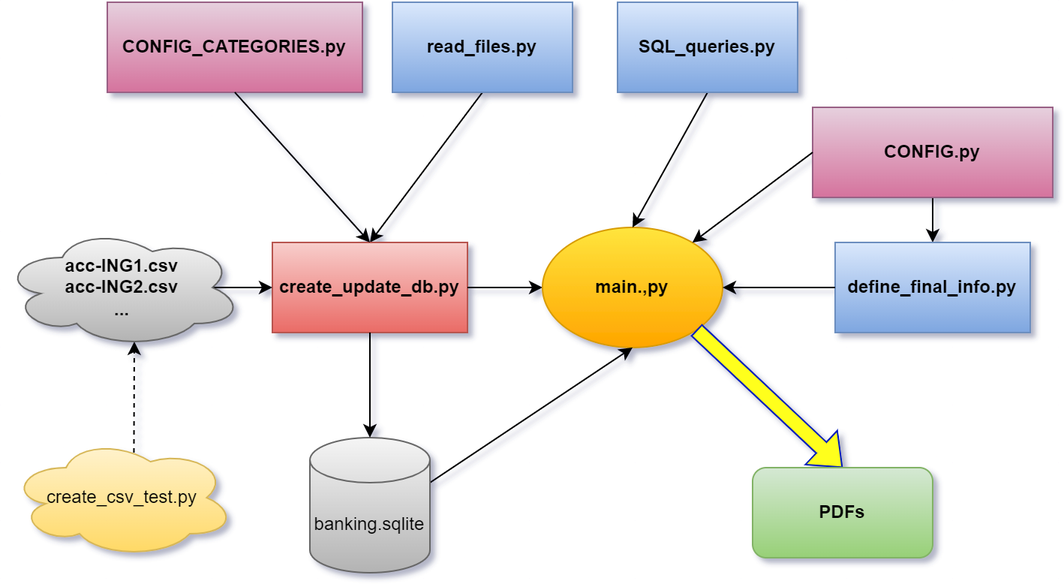
Before: imgs/flow_chart.png, a diagram exported from draw.io (Victorhpinheiro/Python-ING-bank-reports). Source tidied: cells renumbered, new cells last; positions are measured from the earlier drawing's top-left corner, leaving out a move shared by most shapes. Its diagram source:
```xml
<mxGraphModel>
  <root>
    <mxCell id="0" />
    <mxCell id="1" parent="0" />
    <mxCell id="2" style="rounded=0;jettySize=auto;html=1;entryX=0.5;entryY=0;entryDx=0;entryDy=0;exitX=0.5;exitY=1;exitDx=0;exitDy=0;" parent="1" edge="1" source="7" target="15">
      <mxGeometry relative="1" as="geometry" />
    </mxCell>
    <mxCell id="3" style="rounded=0;jettySize=auto;html=1;entryX=0.5;entryY=0;entryDx=0;entryDy=0;exitX=0.5;exitY=1;exitDx=0;exitDy=0;" parent="1" edge="1" source="6" target="4">
      <mxGeometry relative="1" as="geometry" />
    </mxCell>
    <mxCell id="4" value="&lt;b&gt;create_update_db.py&lt;/b&gt;" style="rounded=0;whiteSpace=wrap;html=1;fillColor=#f8cecc;strokeColor=#b85450;gradientColor=#ea6b66;" parent="1" vertex="1">
      <mxGeometry x="180" y="160" width="130" height="60" as="geometry" />
    </mxCell>
    <mxCell id="5" style="edgeStyle=none;rounded=0;jettySize=auto;html=1;exitX=0.875;exitY=0.5;exitDx=0;exitDy=0;exitPerimeter=0;entryX=0;entryY=0.5;entryDx=0;entryDy=0;startArrow=none;" parent="1" edge="1" source="21" target="4">
      <mxGeometry relative="1" as="geometry" />
    </mxCell>
    <mxCell id="6" value="&lt;b&gt;read_files.py&lt;/b&gt;" style="rounded=0;whiteSpace=wrap;html=1;fillColor=#dae8fc;strokeColor=#6c8ebf;gradientColor=#7ea6e0;" parent="1" vertex="1">
      <mxGeometry x="260" width="120" height="60" as="geometry" />
    </mxCell>
    <mxCell id="7" value="&lt;b&gt;CONFIG.py&lt;/b&gt;" style="rounded=0;whiteSpace=wrap;html=1;fillColor=#e6d0de;strokeColor=#996185;gradientColor=#d5739d;" parent="1" vertex="1">
      <mxGeometry x="540" y="70" width="160" height="60" as="geometry" />
    </mxCell>
    <mxCell id="8" style="edgeStyle=none;rounded=0;jettySize=auto;html=1;entryX=0;entryY=0.5;entryDx=0;entryDy=0;exitX=1;exitY=0.5;exitDx=0;exitDy=0;" parent="1" edge="1" source="4" target="11">
      <mxGeometry relative="1" as="geometry" />
    </mxCell>
    <mxCell id="9" value="&lt;b&gt;CONFIG_CATEGORIES.py&lt;/b&gt;" style="rounded=0;whiteSpace=wrap;html=1;fillColor=#e6d0de;strokeColor=#996185;gradientColor=#d5739d;" parent="1" vertex="1">
      <mxGeometry x="70" width="170" height="60" as="geometry" />
    </mxCell>
    <mxCell id="10" style="rounded=0;jettySize=auto;html=1;entryX=0.5;entryY=0;entryDx=0;entryDy=0;exitX=0.5;exitY=1;exitDx=0;exitDy=0;" parent="1" edge="1" source="9" target="4">
      <mxGeometry relative="1" as="geometry" />
    </mxCell>
    <mxCell id="11" value="&lt;b&gt;main.,py&lt;/b&gt;" style="ellipse;whiteSpace=wrap;html=1;fillColor=#FFE53D;strokeColor=#d79b00;gradientColor=#ffa500;" parent="1" vertex="1">
      <mxGeometry x="360" y="150" width="120" height="80" as="geometry" />
    </mxCell>
    <mxCell id="12" style="rounded=0;jettySize=auto;html=1;entryX=0.5;entryY=1;entryDx=0;entryDy=0;exitX=1;exitY=0;exitDx=0;exitDy=30;exitPerimeter=0;" parent="1" edge="1" source="23" target="11">
      <mxGeometry relative="1" as="geometry" />
    </mxCell>
    <mxCell id="13" style="rounded=0;jettySize=auto;html=1;entryX=0.5;entryY=0;entryDx=0;entryDy=0;exitX=0.5;exitY=1;exitDx=0;exitDy=0;" parent="1" edge="1" source="14" target="11">
      <mxGeometry relative="1" as="geometry" />
    </mxCell>
    <mxCell id="14" value="&lt;b&gt;SQL_queries.py&lt;/b&gt;" style="rounded=0;whiteSpace=wrap;html=1;fillColor=#dae8fc;strokeColor=#6c8ebf;gradientColor=#7ea6e0;" parent="1" vertex="1">
      <mxGeometry x="410" width="120" height="60" as="geometry" />
    </mxCell>
    <mxCell id="15" value="&lt;b&gt;define_final_info.py&lt;/b&gt;" style="rounded=0;whiteSpace=wrap;html=1;fillColor=#dae8fc;strokeColor=#6c8ebf;gradientColor=#7ea6e0;" parent="1" vertex="1">
      <mxGeometry x="555" y="160" width="130" height="60" as="geometry" />
    </mxCell>
    <mxCell id="16" style="endArrow=classic;html=1;rounded=0;exitX=0;exitY=0.5;exitDx=0;exitDy=0;entryX=1;entryY=0.5;entryDx=0;entryDy=0;" parent="1" edge="1" source="15" target="11">
      <mxGeometry relative="1" as="geometry" />
    </mxCell>
    <mxCell id="17" style="shape=flexArrow;endArrow=classic;html=1;rounded=0;exitX=1;exitY=1;exitDx=0;exitDy=0;fillColor=#FFFF1F;strokeColor=#001DBC;entryX=0.5;entryY=0;entryDx=0;entryDy=0;" parent="1" edge="1" source="11" target="18">
      <mxGeometry relative="1" as="geometry" />
    </mxCell>
    <mxCell id="18" value="&lt;b&gt;PDFs&lt;/b&gt;" style="rounded=1;whiteSpace=wrap;html=1;fillColor=#d5e8d4;strokeColor=#82b366;gradientColor=#97d077;" parent="1" vertex="1">
      <mxGeometry x="500" y="310" width="120" height="60" as="geometry" />
    </mxCell>
    <mxCell id="19" style="edgeStyle=none;rounded=0;jettySize=auto;html=1;exitX=0.55;exitY=0.95;exitDx=0;exitDy=0;exitPerimeter=0;entryX=0.55;entryY=0.95;entryDx=0;entryDy=0;entryPerimeter=0;dashed=1;strokeColor=default;fillColor=#FFFF1F;strokeWidth=1;startArrow=none;" parent="1" edge="1" source="20" target="21">
      <mxGeometry relative="1" as="geometry" />
    </mxCell>
    <mxCell id="20" value="create_csv_test.py" style="ellipse;shape=cloud;whiteSpace=wrap;html=1;fillColor=#fff2cc;strokeColor=#d6b656;gradientColor=#ffd966;" parent="1" vertex="1">
      <mxGeometry x="5" y="290" width="150" height="80" as="geometry" />
    </mxCell>
    <mxCell id="21" value="&lt;b&gt;acc-ING1.csv&lt;br&gt;acc-ING2.csv&lt;br&gt;...&lt;/b&gt;" style="ellipse;shape=cloud;whiteSpace=wrap;html=1;fillColor=#f5f5f5;gradientColor=#b3b3b3;strokeColor=#666666;" parent="1" vertex="1">
      <mxGeometry y="150" width="160" height="80" as="geometry" />
    </mxCell>
    <mxCell id="22" style="endArrow=classic;html=1;rounded=0;strokeColor=default;strokeWidth=1;fillColor=#FFFF1F;exitX=0;exitY=0.5;exitDx=0;exitDy=0;" parent="1" edge="1" source="7" target="11">
      <mxGeometry relative="1" as="geometry" />
    </mxCell>
    <mxCell id="23" value="banking.sqlite" style="shape=cylinder3;whiteSpace=wrap;html=1;boundedLbl=1;backgroundOutline=1;size=15;fillColor=#f5f5f5;gradientColor=#b3b3b3;strokeColor=#666666;" parent="1" vertex="1">
      <mxGeometry x="205" y="290" width="80" height="90" as="geometry" />
    </mxCell>
    <mxCell id="24" style="endArrow=classic;html=1;rounded=0;strokeColor=default;strokeWidth=1;fillColor=#FFFF1F;exitX=0.5;exitY=1;exitDx=0;exitDy=0;entryX=0.5;entryY=0;entryDx=0;entryDy=0;entryPerimeter=0;" parent="1" edge="1" source="4" target="23">
      <mxGeometry relative="1" as="geometry" />
    </mxCell>
  </root>
</mxGraphModel>
```
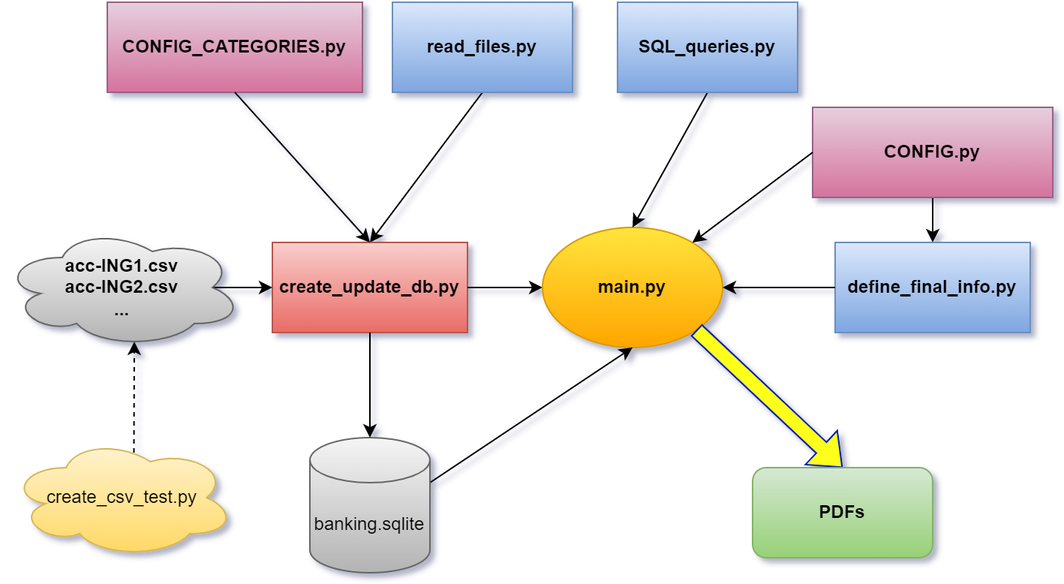
The same diagram one commit later.

What changed in the source:
```diff
@@ -29,7 +29,7 @@
     <mxCell id="10" style="rounded=0;jettySize=auto;html=1;entryX=0.5;entryY=0;entryDx=0;entryDy=0;exitX=0.5;exitY=1;exitDx=0;exitDy=0;" parent="1" edge="1" source="9" target="4">
       <mxGeometry relative="1" as="geometry" />
     </mxCell>
-    <mxCell id="11" value="&lt;b&gt;main.,py&lt;/b&gt;" style="ellipse;whiteSpace=wrap;html=1;fillColor=#FFE53D;strokeColor=#d79b00;gradientColor=#ffa500;" parent="1" vertex="1">
+    <mxCell id="11" value="&lt;b&gt;main.py&lt;/b&gt;" style="ellipse;whiteSpace=wrap;html=1;fillColor=#FFE53D;strokeColor=#d79b00;gradientColor=#ffa500;" parent="1" vertex="1">
       <mxGeometry x="360" y="150" width="120" height="80" as="geometry" />
     </mxCell>
     <mxCell id="12" style="rounded=0;jettySize=auto;html=1;entryX=0.5;entryY=1;entryDx=0;entryDy=0;exitX=1;exitY=0;exitDx=0;exitDy=30;exitPerimeter=0;" parent="1" edge="1" source="23" target="11">
```
